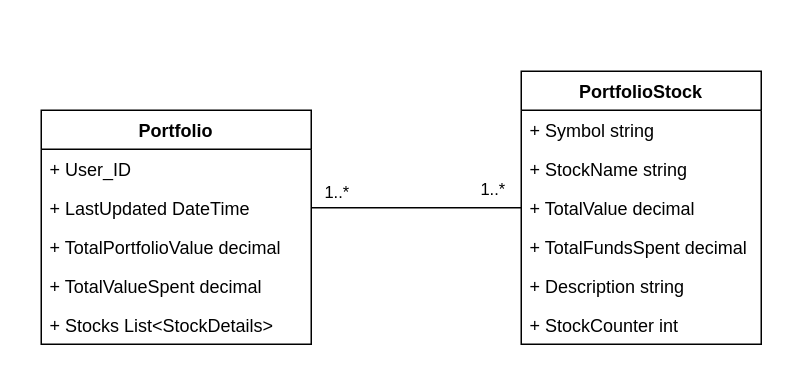
Earlier version of the draw.io diagram page "Page-3" (3 of 3) of doc/ER_model_forslag_Bernt.drawio (B-Moritz/Webapplikasjoner_oblig). Source tidied: cells renumbered, new cells numbered last; positions are measured from the earlier drawing's top-left corner, leaving out a move shared by most shapes. Both pictures are drawn from the tidied source at 150%, with x=0, y=0 at pixel (40, 70).
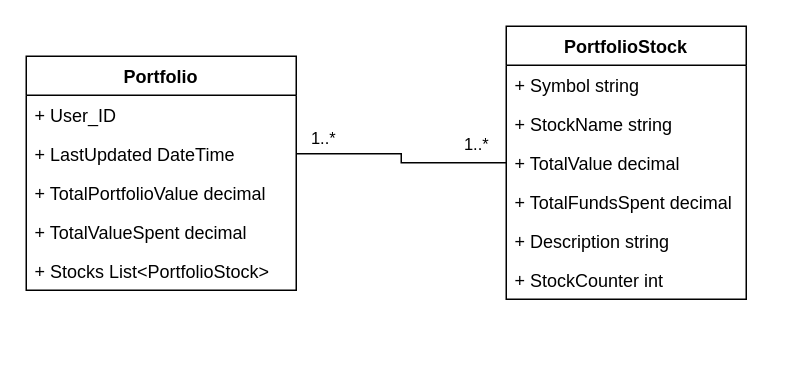
Above is the later version.

Change to the diagram source:
```diff
@@
 <mxGraphModel>
   <root>
     <mxCell id="0" />
     <mxCell id="1" parent="0" />
     <mxCell id="2" value="Portfolio" style="swimlane;fontStyle=1;align=center;verticalAlign=top;horizontal=1;startSize=26;" parent="1" vertex="1">
-      <mxGeometry y="26" width="180" height="156" as="geometry" />
+      <mxGeometry x="-10" y="-10" width="180" height="156" as="geometry" />
     </mxCell>
     <mxCell id="3" value="+ User_ID" style="text;strokeColor=none;fillColor=none;align=left;verticalAlign=top;spacingLeft=4;spacingRight=4;overflow=hidden;" parent="2" vertex="1">
       <mxGeometry y="26" width="180" height="26" as="geometry" />
     </mxCell>
     <mxCell id="4" value="+ LastUpdated DateTime" style="text;strokeColor=none;fillColor=none;align=left;verticalAlign=top;spacingLeft=4;spacingRight=4;overflow=hidden;points=[[0,0.5],[1,0.5]];portConstraint=eastwest;" parent="2" vertex="1">
       <mxGeometry y="52" width="180" height="26" as="geometry" />
     </mxCell>
     <mxCell id="5" value="+ TotalPortfolioValue decimal" style="text;strokeColor=none;fillColor=none;align=left;verticalAlign=top;spacingLeft=4;spacingRight=4;overflow=hidden;" parent="2" vertex="1">
       <mxGeometry y="78" width="180" height="26" as="geometry" />
     </mxCell>
     <mxCell id="6" value="+ TotalValueSpent decimal" style="text;strokeColor=none;fillColor=none;align=left;verticalAlign=top;spacingLeft=4;spacingRight=4;overflow=hidden;" parent="2" vertex="1">
       <mxGeometry y="104" width="180" height="26" as="geometry" />
     </mxCell>
-    <mxCell id="7" value="+ Stocks List&lt;StockDetails&gt;" style="text;strokeColor=none;fillColor=none;align=left;verticalAlign=top;spacingLeft=4;spacingRight=4;overflow=hidden;" parent="2" vertex="1">
+    <mxCell id="7" value="+ Stocks List&lt;PortfolioStock&gt;" style="text;strokeColor=none;fillColor=none;align=left;verticalAlign=top;spacingLeft=4;spacingRight=4;overflow=hidden;" parent="2" vertex="1">
       <mxGeometry y="130" width="180" height="26" as="geometry" />
     </mxCell>
     <mxCell id="8" value="PortfolioStock" style="swimlane;fontStyle=1;align=center;verticalAlign=top;horizontal=1;startSize=26;" parent="1" vertex="1">
-      <mxGeometry x="320" width="160" height="182" as="geometry" />
+      <mxGeometry x="310" y="-30" width="160" height="182" as="geometry" />
     </mxCell>
     <mxCell id="9" value="+ Symbol string" style="text;strokeColor=none;fillColor=none;align=left;verticalAlign=top;spacingLeft=4;spacingRight=4;overflow=hidden;" parent="8" vertex="1">
       <mxGeometry y="26" width="160" height="26" as="geometry" />
     </mxCell>
     <mxCell id="10" value="+ StockName string" style="text;strokeColor=none;fillColor=none;align=left;verticalAlign=top;spacingLeft=4;spacingRight=4;overflow=hidden;" parent="8" vertex="1">
       <mxGeometry y="52" width="160" height="26" as="geometry" />
     </mxCell>
     <mxCell id="11" value="+ TotalValue decimal" style="text;strokeColor=none;fillColor=none;align=left;verticalAlign=top;spacingLeft=4;spacingRight=4;overflow=hidden;points=[[0,0.5],[1,0.5]];portConstraint=eastwest;" parent="8" vertex="1">
       <mxGeometry y="78" width="160" height="26" as="geometry" />
     </mxCell>
     <mxCell id="12" value="+ TotalFundsSpent decimal" style="text;strokeColor=none;fillColor=none;align=left;verticalAlign=top;spacingLeft=4;spacingRight=4;overflow=hidden;" parent="8" vertex="1">
       <mxGeometry y="104" width="160" height="26" as="geometry" />
     </mxCell>
     <mxCell id="13" value="+ Description string" style="text;strokeColor=none;fillColor=none;align=left;verticalAlign=top;spacingLeft=4;spacingRight=4;overflow=hidden;" parent="8" vertex="1">
       <mxGeometry y="130" width="160" height="26" as="geometry" />
     </mxCell>
     <mxCell id="14" value="+ StockCounter int" style="text;strokeColor=none;fillColor=none;align=left;verticalAlign=top;spacingLeft=4;spacingRight=4;overflow=hidden;" parent="8" vertex="1">
       <mxGeometry y="156" width="160" height="26" as="geometry" />
     </mxCell>
     <mxCell id="15" style="edgeStyle=orthogonalEdgeStyle;rounded=0;jettySize=auto;html=1;exitX=0;exitY=0.5;exitDx=0;exitDy=0;entryX=1;entryY=0.5;entryDx=0;entryDy=0;endArrow=none;endFill=0;" parent="1" edge="1" source="11" target="4">
       <mxGeometry relative="1" as="geometry" />
     </mxCell>
     <mxCell id="16" value="1..*" style="edgeLabel;html=1;align=center;verticalAlign=middle;" parent="15" vertex="1">
       <mxGeometry x="-0.71" y="-2" relative="1" as="geometry">
         <mxPoint y="-11" as="offset" />
       </mxGeometry>
     </mxCell>
     <mxCell id="17" value="1..*" style="edgeLabel;html=1;align=center;verticalAlign=middle;" parent="15" vertex="1">
       <mxGeometry x="0.77" y="1" relative="1" as="geometry">
         <mxPoint y="-12" as="offset" />
       </mxGeometry>
     </mxCell>
   </root>
 </mxGraphModel>
```
